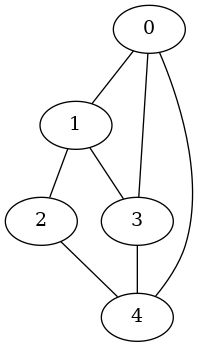
The Graphviz diagram a_structure/partition/img/graphe.png in lochambeno/ZZ1_Labyrinthe, before a commit. Its source is kept beside it as a_structure/partition/file/graphe.dot.
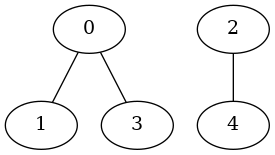
The same file after the commit.

Diff of the diagram source:
```diff
@@ -1,11 +1,7 @@
 graph Graphe {
 	0 -- 1;
 	0 -- 3;
-	0 -- 4;
-	1 -- 2;
-	1 -- 3;
 	2 -- 4;
-	3 -- 4;
 	0;
 	1;
 	2;
```
